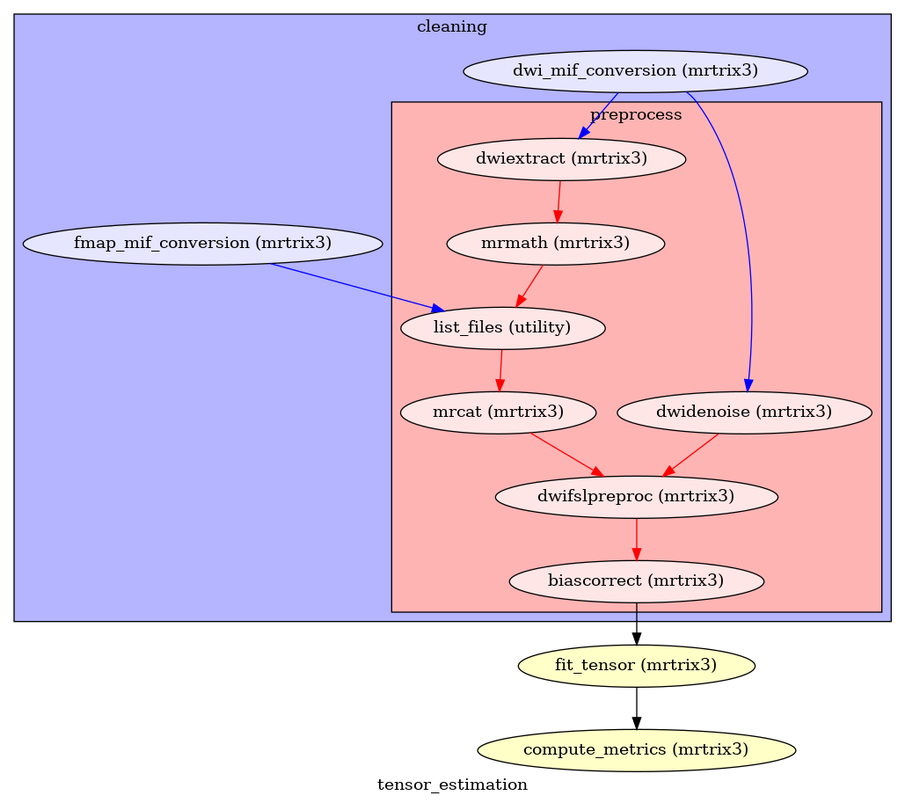
Above: graph.png in GalKepler/dwiprep (Graphviz), before the change. Its source is kept beside it as graph.dot. Source of this version:
```dot
digraph tensor_estimation{
  label="tensor_estimation";
  tensor_estimation_fit_tensor[label="fit_tensor (mrtrix3)", style=filled, fillcolor="#FFFFC8"];
  tensor_estimation_compute_metrics[label="compute_metrics (mrtrix3)", style=filled, fillcolor="#FFFFC8"];
  subgraph cluster_tensor_estimation_cleaning {
      edge [color="#0000FF"];
      style=filled;
      fillcolor="#B4B4FF";
      label="cleaning";
    tensor_estimation_cleaning_dwi_mif_conversion[label="dwi_mif_conversion (mrtrix3)", style=filled, fillcolor="#E6E6FF"];
    tensor_estimation_cleaning_fmap_mif_conversion[label="fmap_mif_conversion (mrtrix3)", style=filled, fillcolor="#E6E6FF"];
    subgraph cluster_tensor_estimation_cleaning_preprocess {
            edge [color="#FF0000"];
            style=filled;
            fillcolor="#FFB4B4";
            label="preprocess";
        tensor_estimation_cleaning_preprocess_dwiextract[label="dwiextract (mrtrix3)", style=filled, fillcolor="#FFE6E6"];
        tensor_estimation_cleaning_preprocess_dwidenoise[label="dwidenoise (mrtrix3)", style=filled, fillcolor="#FFE6E6"];
        tensor_estimation_cleaning_preprocess_mrmath[label="mrmath (mrtrix3)", style=filled, fillcolor="#FFE6E6"];
        tensor_estimation_cleaning_preprocess_list_files[label="list_files (utility)", style=filled, fillcolor="#FFE6E6"];
        tensor_estimation_cleaning_preprocess_mrcat[label="mrcat (mrtrix3)", style=filled, fillcolor="#FFE6E6"];
        tensor_estimation_cleaning_preprocess_dwifslpreproc[label="dwifslpreproc (mrtrix3)", style=filled, fillcolor="#FFE6E6"];
        tensor_estimation_cleaning_preprocess_biascorrect[label="biascorrect (mrtrix3)", style=filled, fillcolor="#FFE6E6"];
        tensor_estimation_cleaning_preprocess_dwiextract -> tensor_estimation_cleaning_preprocess_mrmath;
        tensor_estimation_cleaning_preprocess_dwidenoise -> tensor_estimation_cleaning_preprocess_dwifslpreproc;
        tensor_estimation_cleaning_preprocess_mrmath -> tensor_estimation_cleaning_preprocess_list_files;
        tensor_estimation_cleaning_preprocess_list_files -> tensor_estimation_cleaning_preprocess_mrcat;
        tensor_estimation_cleaning_preprocess_mrcat -> tensor_estimation_cleaning_preprocess_dwifslpreproc;
        tensor_estimation_cleaning_preprocess_dwifslpreproc -> tensor_estimation_cleaning_preprocess_biascorrect;
    }
    tensor_estimation_cleaning_dwi_mif_conversion -> tensor_estimation_cleaning_preprocess_dwiextract;
    tensor_estimation_cleaning_dwi_mif_conversion -> tensor_estimation_cleaning_preprocess_dwidenoise;
    tensor_estimation_cleaning_fmap_mif_conversion -> tensor_estimation_cleaning_preprocess_list_files;
  }
  tensor_estimation_fit_tensor -> tensor_estimation_compute_metrics;
  tensor_estimation_cleaning_preprocess_biascorrect -> tensor_estimation_fit_tensor;
}
```
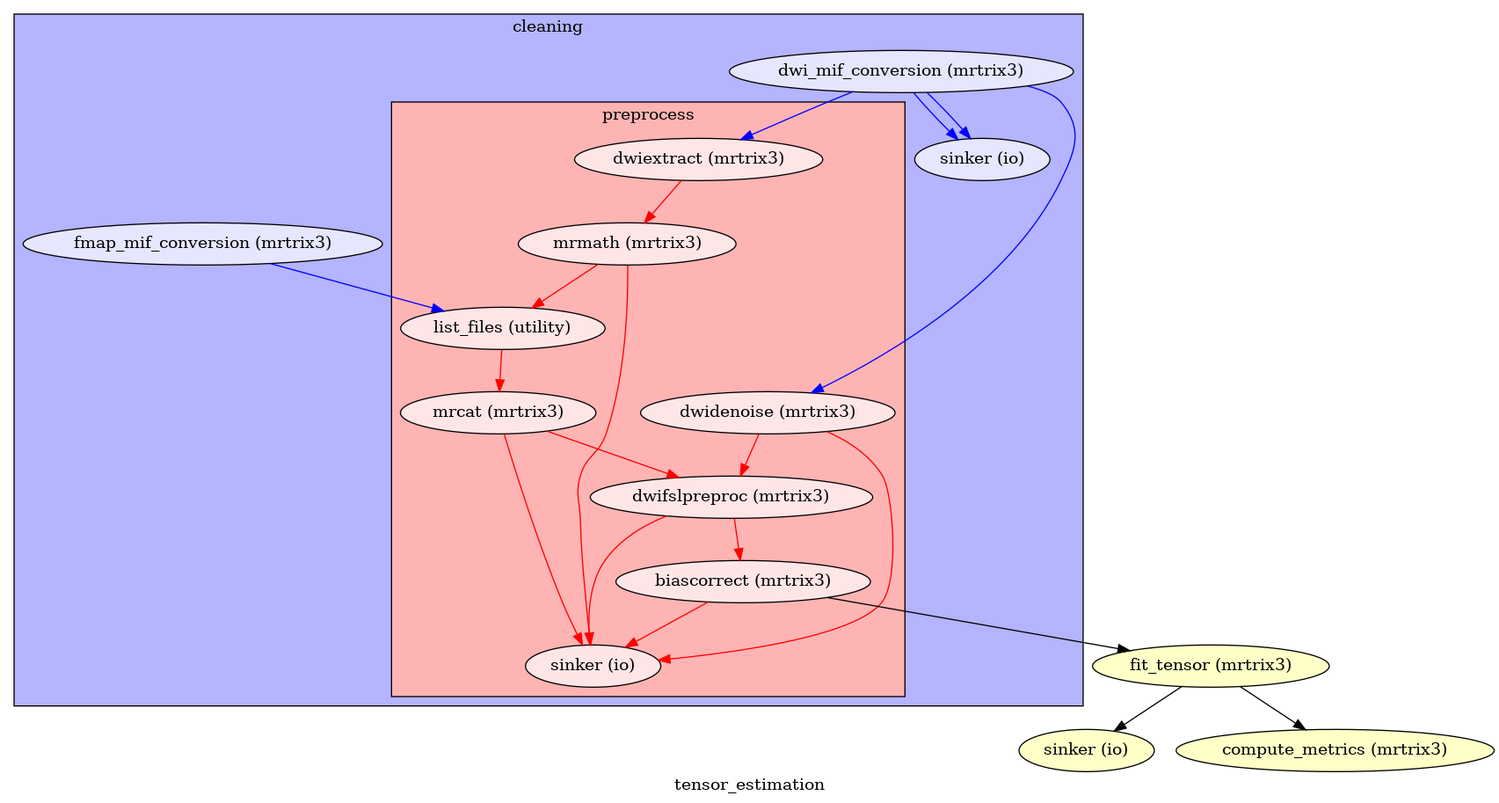
After the change.

Diff of the diagram source:
```diff
@@ -1,6 +1,7 @@
 digraph tensor_estimation{
   label="tensor_estimation";
   tensor_estimation_fit_tensor[label="fit_tensor (mrtrix3)", style=filled, fillcolor="#FFFFC8"];
+  preprocess_sinker[label="sinker (io)", style=filled, fillcolor="#FFFFC8"];
   tensor_estimation_compute_metrics[label="compute_metrics (mrtrix3)", style=filled, fillcolor="#FFFFC8"];
   subgraph cluster_tensor_estimation_cleaning {
       edge [color="#0000FF"];
@@ -9,6 +10,7 @@
       label="cleaning";
     tensor_estimation_cleaning_dwi_mif_conversion[label="dwi_mif_conversion (mrtrix3)", style=filled, fillcolor="#E6E6FF"];
     tensor_estimation_cleaning_fmap_mif_conversion[label="fmap_mif_conversion (mrtrix3)", style=filled, fillcolor="#E6E6FF"];
+    tensor_estimation_preprocess_sinker[label="sinker (io)", style=filled, fillcolor="#E6E6FF"];
     subgraph cluster_tensor_estimation_cleaning_preprocess {
             edge [color="#FF0000"];
             style=filled;
@@ -21,17 +23,26 @@
         tensor_estimation_cleaning_preprocess_mrcat[label="mrcat (mrtrix3)", style=filled, fillcolor="#FFE6E6"];
         tensor_estimation_cleaning_preprocess_dwifslpreproc[label="dwifslpreproc (mrtrix3)", style=filled, fillcolor="#FFE6E6"];
         tensor_estimation_cleaning_preprocess_biascorrect[label="biascorrect (mrtrix3)", style=filled, fillcolor="#FFE6E6"];
+        tensor_estimation_cleaning_preprocess_sinker[label="sinker (io)", style=filled, fillcolor="#FFE6E6"];
         tensor_estimation_cleaning_preprocess_dwiextract -> tensor_estimation_cleaning_preprocess_mrmath;
         tensor_estimation_cleaning_preprocess_dwidenoise -> tensor_estimation_cleaning_preprocess_dwifslpreproc;
+        tensor_estimation_cleaning_preprocess_dwidenoise -> tensor_estimation_cleaning_preprocess_sinker;
+        tensor_estimation_cleaning_preprocess_mrmath -> tensor_estimation_cleaning_preprocess_sinker;
         tensor_estimation_cleaning_preprocess_mrmath -> tensor_estimation_cleaning_preprocess_list_files;
         tensor_estimation_cleaning_preprocess_list_files -> tensor_estimation_cleaning_preprocess_mrcat;
+        tensor_estimation_cleaning_preprocess_mrcat -> tensor_estimation_cleaning_preprocess_sinker;
         tensor_estimation_cleaning_preprocess_mrcat -> tensor_estimation_cleaning_preprocess_dwifslpreproc;
+        tensor_estimation_cleaning_preprocess_dwifslpreproc -> tensor_estimation_cleaning_preprocess_sinker;
         tensor_estimation_cleaning_preprocess_dwifslpreproc -> tensor_estimation_cleaning_preprocess_biascorrect;
+        tensor_estimation_cleaning_preprocess_biascorrect -> tensor_estimation_cleaning_preprocess_sinker;
     }
     tensor_estimation_cleaning_dwi_mif_conversion -> tensor_estimation_cleaning_preprocess_dwiextract;
     tensor_estimation_cleaning_dwi_mif_conversion -> tensor_estimation_cleaning_preprocess_dwidenoise;
+    tensor_estimation_cleaning_dwi_mif_conversion -> tensor_estimation_preprocess_sinker;
+    tensor_estimation_cleaning_dwi_mif_conversion -> tensor_estimation_preprocess_sinker;
     tensor_estimation_cleaning_fmap_mif_conversion -> tensor_estimation_cleaning_preprocess_list_files;
   }
   tensor_estimation_fit_tensor -> tensor_estimation_compute_metrics;
   tensor_estimation_cleaning_preprocess_biascorrect -> tensor_estimation_fit_tensor;
+  tensor_estimation_fit_tensor -> preprocess_sinker;
 }
```
